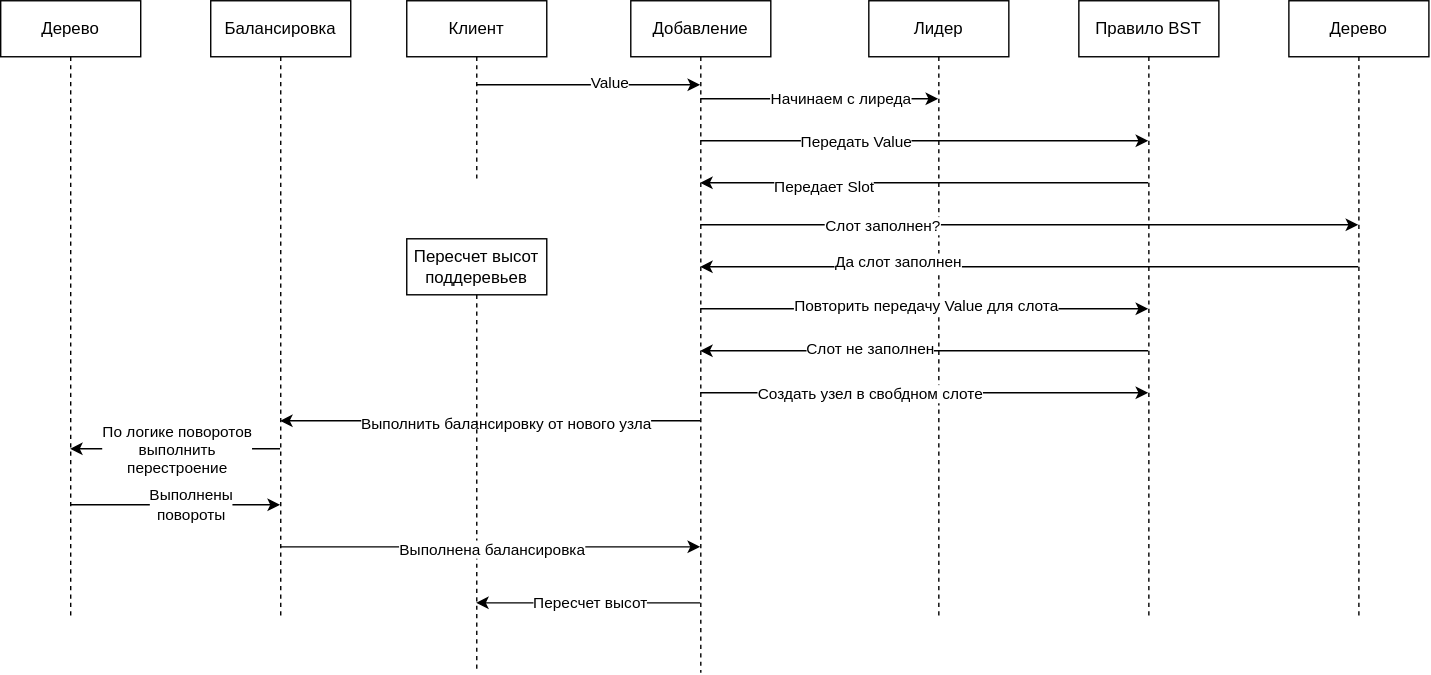
This is База/Структуры данных/2. Быстро находить данные и проверять условия/2.3. Проверять принадлежность и уникальность/Множество (Set)/TreeSetAvl.sequence.drawio.svg from kosukhin/catalog, a draw.io export, as it was before one commit. Source tidied: cells renumbered, new cells last; positions are measured from the earlier drawing's top-left corner, leaving out a move shared by most shapes.
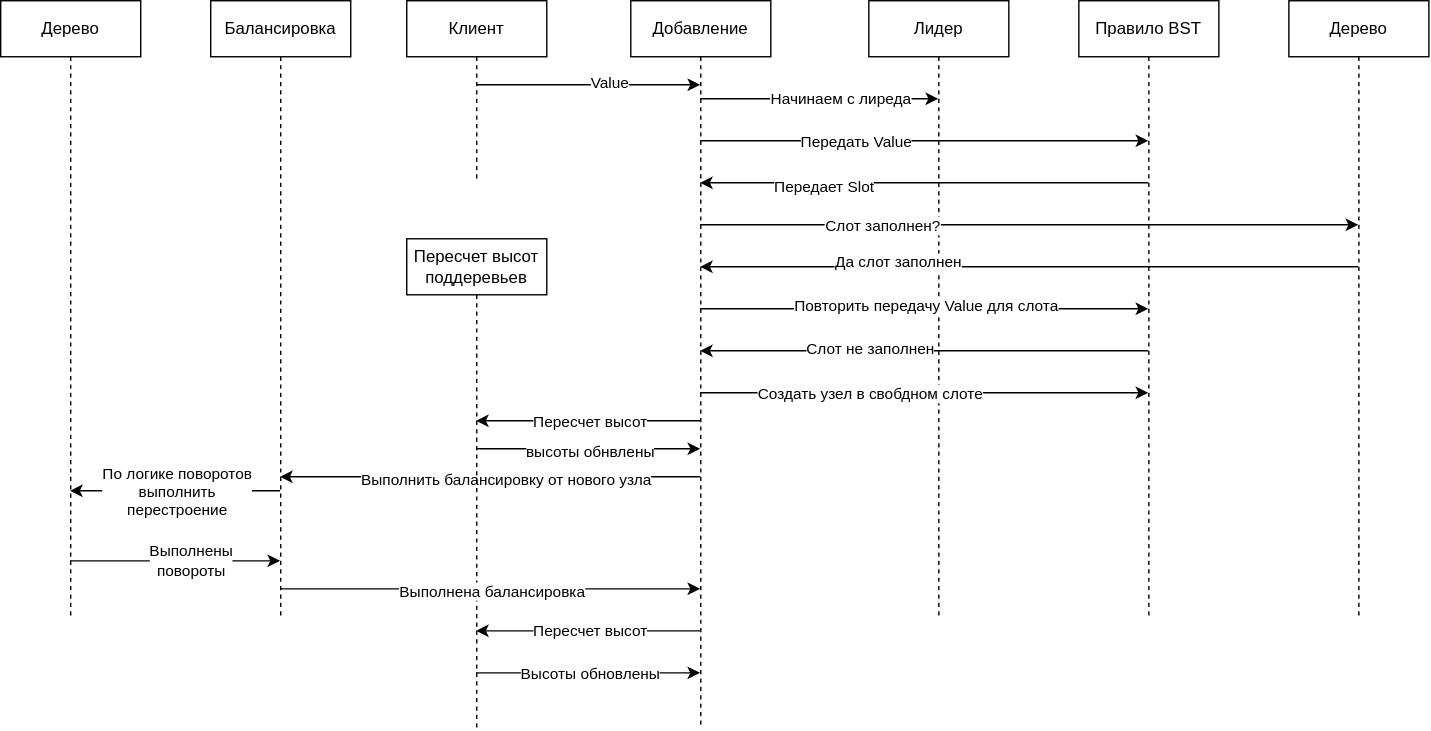
After the commit.

Change to the diagram source:
```diff
@@ -6,7 +6,7 @@
       <mxGeometry x="290" width="100" height="130" as="geometry" />
     </mxCell>
     <mxCell id="3" value="Добавление" style="shape=umlLifeline;perimeter=lifelinePerimeter;whiteSpace=wrap;html=1;outlineConnect=0;portConstraint=eastwest;newEdgeStyle={&quot;edgeStyle&quot;:&quot;sequenceEdgeStyle&quot;,&quot;libavoidRouting&quot;:0,&quot;curved&quot;:0,&quot;rounded&quot;:0};" parent="1" vertex="1">
-      <mxGeometry x="450" width="100" height="480" as="geometry" />
+      <mxGeometry x="450" width="100" height="520" as="geometry" />
     </mxCell>
     <mxCell id="4" style="edgeStyle=sequenceEdgeStyle;html=1;libavoidRouting=0;curved=0;rounded=0;" parent="1" edge="1" source="2" target="3">
       <mxGeometry relative="1" as="geometry">
@@ -121,7 +121,7 @@
     <mxCell id="26" style="edgeStyle=sequenceEdgeStyle;html=1;libavoidRouting=0;curved=0;rounded=0;" parent="1" edge="1" source="3" target="25">
       <mxGeometry relative="1" as="geometry">
         <Array as="points">
-          <mxPoint x="349.5" y="300" />
+          <mxPoint x="349.5" y="340" />
         </Array>
       </mxGeometry>
     </mxCell>
@@ -136,7 +136,7 @@
     <mxCell id="29" style="edgeStyle=sequenceEdgeStyle;html=1;libavoidRouting=0;curved=0;rounded=0;" parent="1" edge="1" source="25" target="28">
       <mxGeometry relative="1" as="geometry">
         <Array as="points">
-          <mxPoint x="90" y="320" />
+          <mxPoint x="124.5" y="350" />
         </Array>
       </mxGeometry>
     </mxCell>
@@ -146,12 +146,12 @@
       </mxGeometry>
     </mxCell>
     <mxCell id="31" value="Пересчет высот поддеревьев" style="shape=umlLifeline;perimeter=lifelinePerimeter;whiteSpace=wrap;html=1;outlineConnect=0;portConstraint=eastwest;newEdgeStyle={&quot;edgeStyle&quot;:&quot;sequenceEdgeStyle&quot;,&quot;libavoidRouting&quot;:0,&quot;curved&quot;:0,&quot;rounded&quot;:0};" parent="1" vertex="1">
-      <mxGeometry x="290" y="170" width="100" height="310" as="geometry" />
+      <mxGeometry x="290" y="170" width="100" height="350" as="geometry" />
     </mxCell>
     <mxCell id="32" style="edgeStyle=sequenceEdgeStyle;html=1;libavoidRouting=0;curved=0;rounded=0;" parent="1" edge="1" source="28" target="25">
       <mxGeometry relative="1" as="geometry">
         <Array as="points">
-          <mxPoint x="190" y="360" />
+          <mxPoint x="115" y="400" />
         </Array>
       </mxGeometry>
     </mxCell>
@@ -161,7 +161,7 @@
     <mxCell id="34" style="edgeStyle=sequenceEdgeStyle;html=1;libavoidRouting=0;curved=0;rounded=0;" parent="1" edge="1" source="25" target="3">
       <mxGeometry relative="1" as="geometry">
         <Array as="points">
-          <mxPoint x="480" y="390" />
+          <mxPoint x="349.5" y="420" />
         </Array>
       </mxGeometry>
     </mxCell>
@@ -173,7 +173,7 @@
     <mxCell id="36" style="edgeStyle=sequenceEdgeStyle;html=1;libavoidRouting=0;curved=0;rounded=0;" parent="1" edge="1" source="3" target="31">
       <mxGeometry relative="1" as="geometry">
         <Array as="points">
-          <mxPoint x="350" y="430" />
+          <mxPoint x="419.5" y="450" />
         </Array>
       </mxGeometry>
     </mxCell>
@@ -182,5 +182,41 @@
         <mxPoint x="-21" as="offset" />
       </mxGeometry>
     </mxCell>
+    <mxCell id="38" style="edgeStyle=sequenceEdgeStyle;html=1;libavoidRouting=0;curved=0;rounded=0;" parent="1" edge="1" source="3" target="31">
+      <mxGeometry relative="1" as="geometry">
+        <Array as="points">
+          <mxPoint x="350" y="300" />
+        </Array>
+      </mxGeometry>
+    </mxCell>
+    <mxCell id="39" value="Пересчет высот" style="edgeLabel;html=1;align=center;verticalAlign=middle;" parent="38" vertex="1">
+      <mxGeometry x="0.24" y="3" relative="1" as="geometry">
+        <mxPoint x="21" y="-3" as="offset" />
+      </mxGeometry>
+    </mxCell>
+    <mxCell id="40" style="edgeStyle=sequenceEdgeStyle;html=1;libavoidRouting=0;curved=0;rounded=0;" parent="1" edge="1" source="31" target="3">
+      <mxGeometry relative="1" as="geometry">
+        <Array as="points">
+          <mxPoint x="480" y="320" />
+        </Array>
+      </mxGeometry>
+    </mxCell>
+    <mxCell id="41" value="высоты обнвлены" style="edgeLabel;html=1;align=center;verticalAlign=middle;" parent="40" vertex="1">
+      <mxGeometry x="0.27" y="-1" relative="1" as="geometry">
+        <mxPoint x="-21" as="offset" />
+      </mxGeometry>
+    </mxCell>
+    <mxCell id="42" style="edgeStyle=sequenceEdgeStyle;html=1;libavoidRouting=0;curved=0;rounded=0;" parent="1" edge="1" source="31" target="3">
+      <mxGeometry relative="1" as="geometry">
+        <Array as="points">
+          <mxPoint x="419.5" y="480" />
+        </Array>
+      </mxGeometry>
+    </mxCell>
+    <mxCell id="43" value="Высоты обновлены" style="edgeLabel;html=1;align=center;verticalAlign=middle;" parent="42" vertex="1">
+      <mxGeometry x="-0.32" y="-2" relative="1" as="geometry">
+        <mxPoint x="26" y="-2" as="offset" />
+      </mxGeometry>
+    </mxCell>
   </root>
 </mxGraphModel>
```
